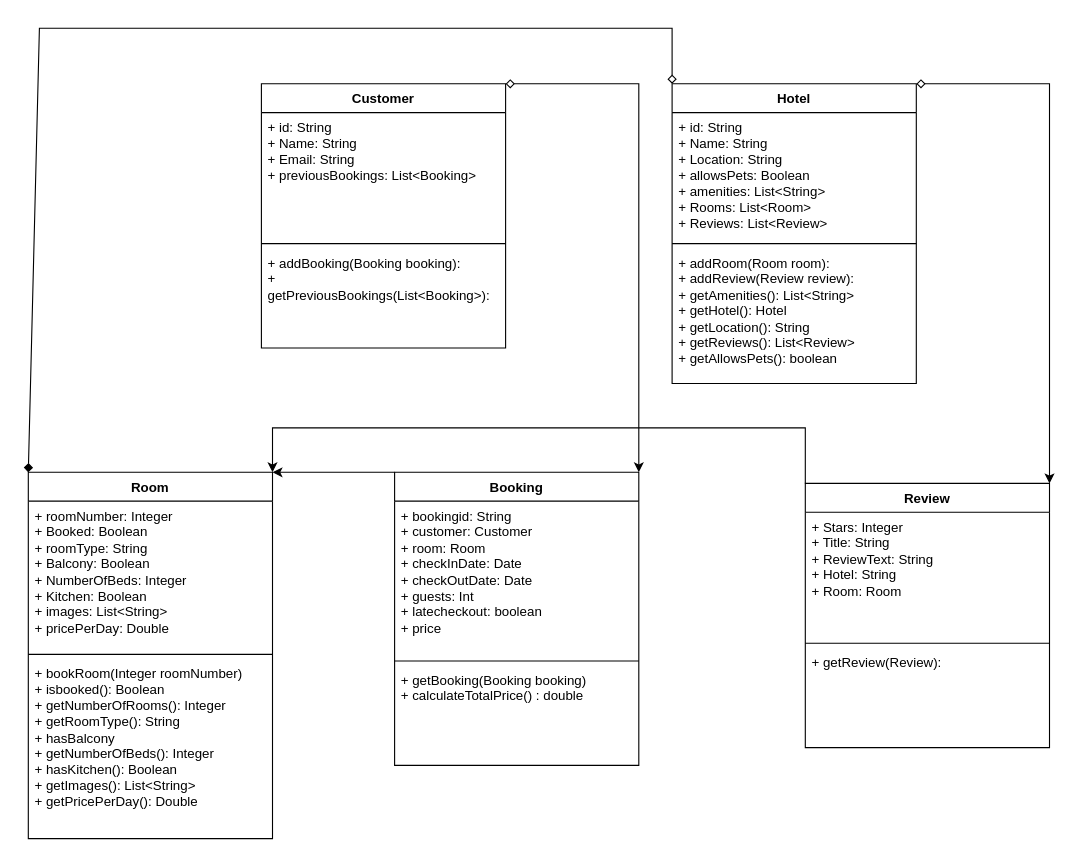
Earlier version of the draw.io diagram V2/Domain module.drawio (rthor997/HBV401G-Throun_hugbunathar). Source tidied: cells renumbered, new cells numbered last; positions are measured from the earlier drawing's top-left corner, leaving out a move shared by most shapes. Both pictures are drawn from the tidied source at 111%, with x=0, y=0 at pixel (28, 28).
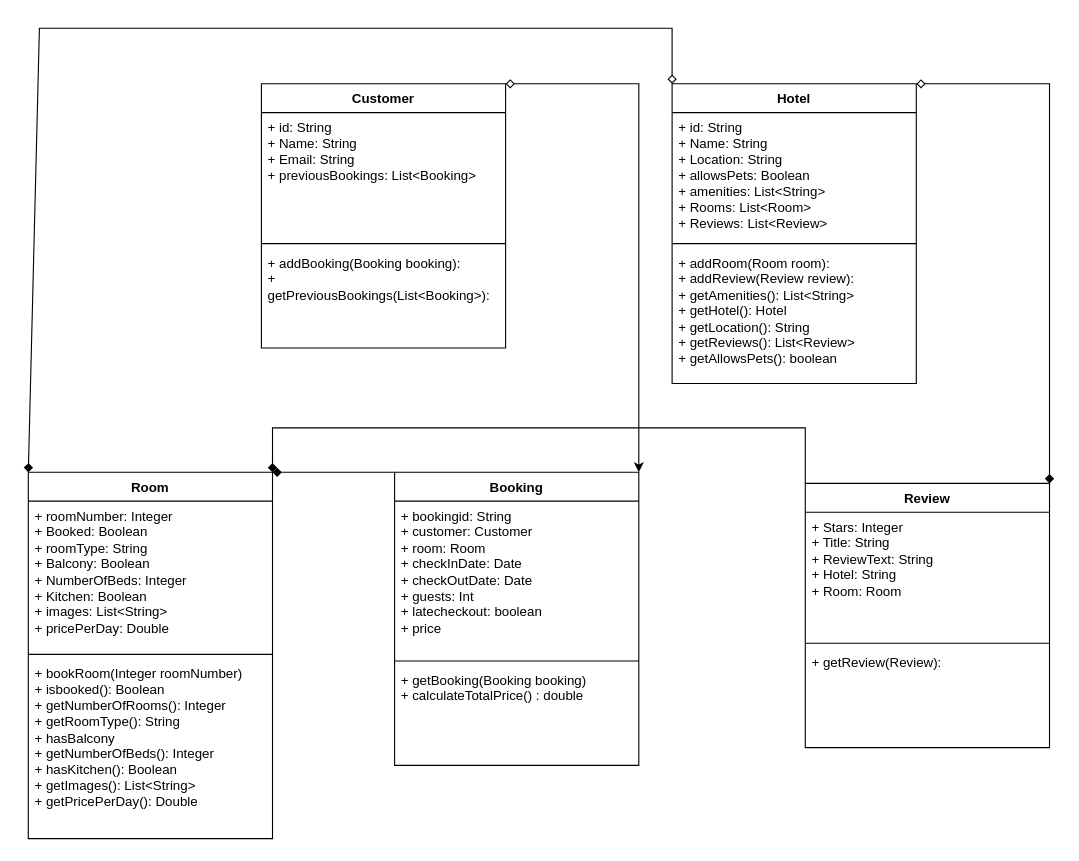
After the change.

The change refers to these unchanged cells:
```xml
<mxCell id="6" value="Hotel" style="swimlane;fontStyle=1;align=center;verticalAlign=top;horizontal=1;startSize=26;whiteSpace=wrap;html=1;" parent="1" vertex="1">
  <mxGeometry x="580" y="50" width="220" height="270" as="geometry" />
</mxCell>
<mxCell id="10" value="Review" style="swimlane;fontStyle=1;align=center;verticalAlign=top;horizontal=1;startSize=26;whiteSpace=wrap;html=1;" parent="1" vertex="1">
  <mxGeometry x="700" y="410" width="220" height="238" as="geometry" />
</mxCell>
<mxCell id="14" value="Booking" style="swimlane;fontStyle=1;align=center;verticalAlign=top;horizontal=1;startSize=26;whiteSpace=wrap;html=1;" parent="1" vertex="1">
  <mxGeometry x="330" y="400" width="220" height="264" as="geometry" />
</mxCell>
<mxCell id="18" value="Room" style="swimlane;fontStyle=1;align=center;verticalAlign=top;horizontal=1;startSize=26;whiteSpace=wrap;html=1;" parent="1" vertex="1">
  <mxGeometry y="400" width="220" height="330" as="geometry" />
</mxCell>
```

Diff of the diagram source:
```diff
@@
-    <mxCell id="22" style="endArrow=diamond;startArrow=classic;html=1;rounded=0;exitX=1;exitY=0;exitDx=0;exitDy=0;entryX=1;entryY=0;entryDx=0;entryDy=0;startFill=1;endFill=0;" parent="1" edge="1" source="10" target="6">
+    <mxCell id="22" style="endArrow=diamond;startArrow=diamond;html=1;rounded=0;exitX=1;exitY=0;exitDx=0;exitDy=0;entryX=1;entryY=0;entryDx=0;entryDy=0;startFill=1;endFill=0;" parent="1" edge="1" source="10" target="6">
       <mxGeometry relative="1" as="geometry">
         <Array as="points">
           <mxPoint x="920" y="50" />
         </Array>
       </mxGeometry>
     </mxCell>
@@
-    <mxCell id="25" style="endArrow=classic;html=1;rounded=0;exitX=0;exitY=0;exitDx=0;exitDy=0;entryX=1;entryY=0;entryDx=0;entryDy=0;" parent="1" edge="1" source="10" target="18">
+    <mxCell id="25" style="endArrow=diamond;html=1;rounded=0;exitX=0;exitY=0;exitDx=0;exitDy=0;entryX=1;entryY=0;entryDx=0;entryDy=0;endFill=1;" parent="1" edge="1" source="10" target="18">
       <mxGeometry relative="1" as="geometry">
         <Array as="points">
           <mxPoint x="700" y="360" />
           <mxPoint x="220" y="360" />
         </Array>
       </mxGeometry>
     </mxCell>
-    <mxCell id="26" style="endArrow=classic;html=1;rounded=0;exitX=0;exitY=0;exitDx=0;exitDy=0;entryX=1;entryY=0;entryDx=0;entryDy=0;" parent="1" edge="1" source="14" target="18">
+    <mxCell id="26" style="endArrow=diamond;html=1;rounded=0;exitX=0;exitY=0;exitDx=0;exitDy=0;entryX=1;entryY=0;entryDx=0;entryDy=0;endFill=1;" parent="1" edge="1" source="14" target="18">
       <mxGeometry relative="1" as="geometry" />
     </mxCell>
```
